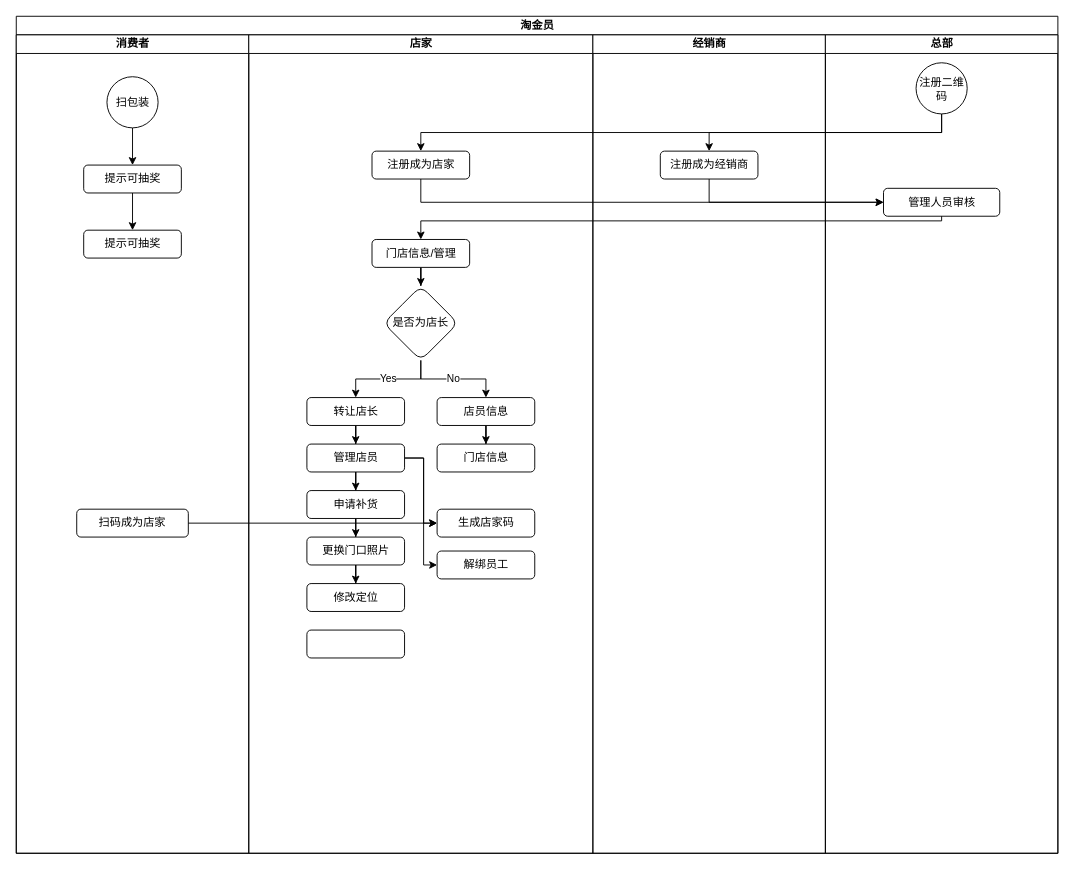
LeoNooob/myblueprint keeps this draw.io diagram as 淘金员身份控制.drawio. Above is the earlier version. Source tidied: cells renumbered, new cells numbered last; positions are measured from the earlier drawing's top-left corner, leaving out a move shared by most shapes. Both pictures are drawn from the tidied source at 93%, with x=0, y=0 at pixel (16, 16).
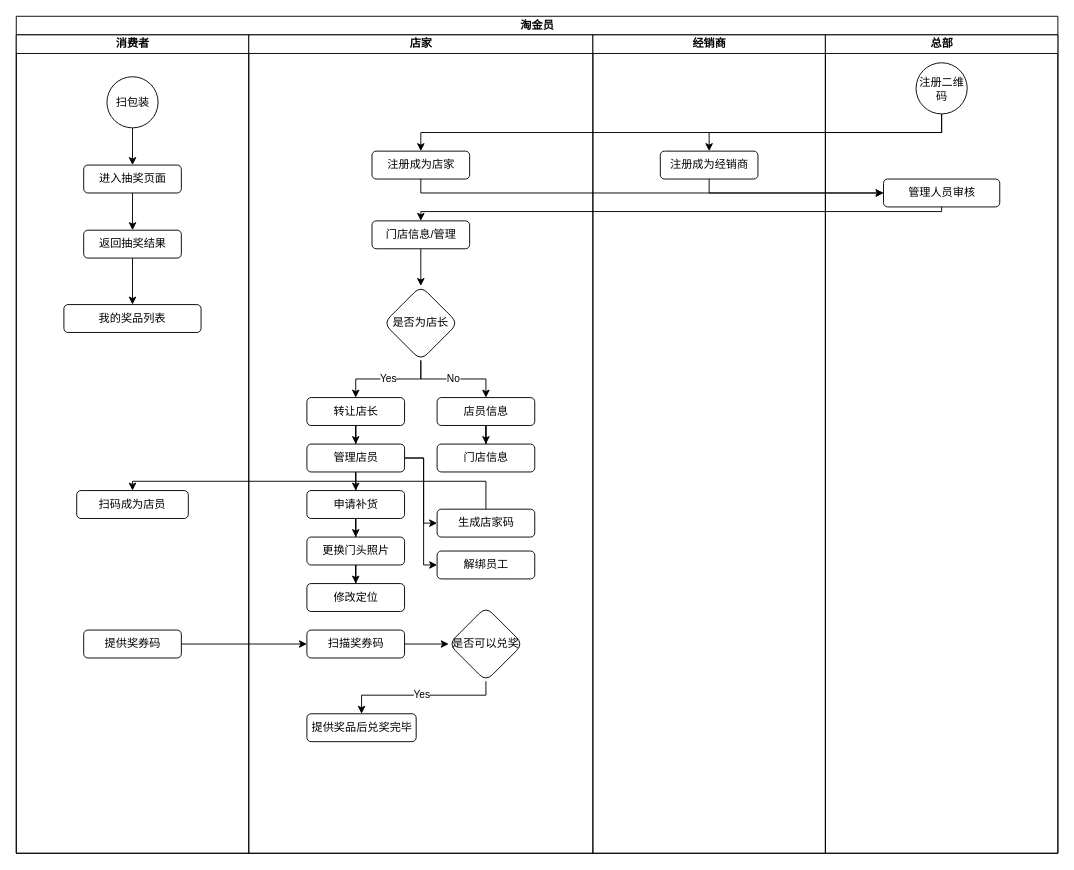
After the change.

Commit message:
更新淘金员身份控制.drawio

Unchanged cells that the change refers to:
```xml
<mxCell id="2" value="淘金员" style="swimlane;startSize=20;html=1;" parent="1" vertex="1">
  <mxGeometry width="1120" height="900" as="geometry" />
</mxCell>
<mxCell id="3" value="消费者" style="swimlane;startSize=20;html=1;" parent="2" vertex="1">
  <mxGeometry y="20" width="250" height="880" as="geometry" />
</mxCell>
<mxCell id="10" value="店家" style="swimlane;startSize=20;html=1;" parent="2" vertex="1">
  <mxGeometry x="250" y="20" width="370" height="880" as="geometry" />
</mxCell>
<mxCell id="11" value="注册成为店家" style="rounded=1;whiteSpace=wrap;html=1;" parent="10" vertex="1">
  <mxGeometry x="132.5" y="125" width="105" height="30" as="geometry" />
</mxCell>
<mxCell id="16" value="是否为店长" style="rhombus;whiteSpace=wrap;html=1;rounded=1;" parent="10" vertex="1">
  <mxGeometry x="145" y="270" width="80" height="80" as="geometry" />
</mxCell>
<mxCell id="31" value="生成店家码" style="whiteSpace=wrap;html=1;rounded=1;" parent="10" vertex="1">
  <mxGeometry x="202.5" y="510" width="105" height="30" as="geometry" />
</mxCell>
<mxCell id="35" value="注册成为经销商" style="rounded=1;whiteSpace=wrap;html=1;" parent="34" vertex="1">
  <mxGeometry x="72.5" y="125" width="105" height="30" as="geometry" />
</mxCell>
<mxCell id="40" value="总部" style="swimlane;startSize=20;html=1;" parent="2" vertex="1">
  <mxGeometry x="870" y="20" width="250" height="880" as="geometry" />
</mxCell>
```

The edit, as a diff of the source:
```diff
@@
-    <mxCell id="7" value="提示可抽奖" style="rounded=1;whiteSpace=wrap;html=1;" parent="3" vertex="1">
+    <mxCell id="7" value="进入抽奖页面" style="rounded=1;whiteSpace=wrap;html=1;" parent="3" vertex="1">
       <mxGeometry x="72.5" y="140" width="105" height="30" as="geometry" />
     </mxCell>
+    <mxCell id="45" style="edgeStyle=orthogonalEdgeStyle;rounded=0;jettySize=auto;html=1;exitX=0.5;exitY=1;exitDx=0;exitDy=0;entryX=0.5;entryY=0;entryDx=0;entryDy=0;" parent="3" edge="1" source="8" target="47">
+      <mxGeometry relative="1" as="geometry" />
+    </mxCell>
-    <mxCell id="8" value="提示可抽奖" style="rounded=1;whiteSpace=wrap;html=1;" parent="3" vertex="1">
+    <mxCell id="8" value="返回抽奖结果" style="rounded=1;whiteSpace=wrap;html=1;" parent="3" vertex="1">
       <mxGeometry x="72.5" y="210" width="105" height="30" as="geometry" />
     </mxCell>
-    <mxCell id="9" value="扫码成为店家" style="rounded=1;whiteSpace=wrap;html=1;" parent="3" vertex="1">
-      <mxGeometry x="65" y="510" width="120" height="30" as="geometry" />
+    <mxCell id="9" value="扫码成为店员" style="rounded=1;whiteSpace=wrap;html=1;" parent="3" vertex="1">
+      <mxGeometry x="65" y="490" width="120" height="30" as="geometry" />
     </mxCell>
+    <mxCell id="46" value="提供奖券码" style="rounded=1;whiteSpace=wrap;html=1;" parent="3" vertex="1">
+      <mxGeometry x="72.5" y="640" width="105" height="30" as="geometry" />
+    </mxCell>
+    <mxCell id="47" value="我的奖品列表" style="rounded=1;whiteSpace=wrap;html=1;" parent="3" vertex="1">
+      <mxGeometry x="51.2" y="290" width="147.5" height="30" as="geometry" />
+    </mxCell>
@@
-    <mxCell id="12" style="edgeStyle=orthogonalEdgeStyle;rounded=0;jettySize=auto;html=1;" parent="10" edge="1" source="13" target="16">
+    <mxCell id="12" style="edgeStyle=orthogonalEdgeStyle;rounded=0;jettySize=auto;html=1;exitX=0.5;exitY=1;exitDx=0;exitDy=0;entryX=0.5;entryY=0;entryDx=0;entryDy=0;" parent="10" edge="1" source="13" target="16">
       <mxGeometry relative="1" as="geometry" />
     </mxCell>
     <mxCell id="13" value="门店信息/管理" style="rounded=1;whiteSpace=wrap;html=1;" parent="10" vertex="1">
-      <mxGeometry x="132.5" y="220" width="105" height="30" as="geometry" />
+      <mxGeometry x="132.5" y="200" width="105" height="30" as="geometry" />
     </mxCell>
@@
-    <mxCell id="26" value="更换门口照片" style="whiteSpace=wrap;html=1;rounded=1;" parent="10" vertex="1">
+    <mxCell id="26" value="更换门头照片" style="whiteSpace=wrap;html=1;rounded=1;" parent="10" vertex="1">
       <mxGeometry x="62.5" y="540" width="105" height="30" as="geometry" />
     </mxCell>
@@
-    <mxCell id="33" style="rounded=1;whiteSpace=wrap;html=1;" parent="10" vertex="1">
-      <mxGeometry x="62.5" y="640" width="105" height="30" as="geometry" />
-    </mxCell>
+    <mxCell id="48" style="edgeStyle=orthogonalEdgeStyle;rounded=0;jettySize=auto;html=1;exitX=1;exitY=0.5;exitDx=0;exitDy=0;entryX=0;entryY=0.5;entryDx=0;entryDy=0;" parent="10" edge="1" source="49" target="51">
+      <mxGeometry relative="1" as="geometry" />
+    </mxCell>
+    <mxCell id="49" value="扫描奖券码" style="rounded=1;whiteSpace=wrap;html=1;" parent="10" vertex="1">
+      <mxGeometry x="62.5" y="640" width="105" height="30" as="geometry" />
+    </mxCell>
+    <mxCell id="50" value="Yes" style="edgeStyle=orthogonalEdgeStyle;rounded=0;jettySize=auto;html=1;exitX=0.5;exitY=1;exitDx=0;exitDy=0;entryX=0.5;entryY=0;entryDx=0;entryDy=0;" parent="10" edge="1" source="51" target="52">
+      <mxGeometry relative="1" as="geometry">
+        <Array as="points">
+          <mxPoint x="255" y="710" />
+          <mxPoint x="121" y="710" />
+        </Array>
+      </mxGeometry>
+    </mxCell>
+    <mxCell id="51" value="是否可以兑奖" style="rhombus;whiteSpace=wrap;html=1;rounded=1;" parent="10" vertex="1">
+      <mxGeometry x="215" y="615" width="80" height="80" as="geometry" />
+    </mxCell>
+    <mxCell id="52" value="提供奖品后兑奖完毕" style="rounded=1;whiteSpace=wrap;html=1;" parent="10" vertex="1">
+      <mxGeometry x="62.5" y="730" width="117.5" height="30" as="geometry" />
+    </mxCell>
@@
     <mxCell id="38" style="edgeStyle=orthogonalEdgeStyle;rounded=0;jettySize=auto;html=1;exitX=0.5;exitY=1;exitDx=0;exitDy=0;entryX=0;entryY=0.5;entryDx=0;entryDy=0;" parent="2" edge="1" source="35" target="42">
-      <mxGeometry relative="1" as="geometry" />
+      <mxGeometry relative="1" as="geometry">
+        <Array as="points">
+          <mxPoint x="745" y="190" />
+          <mxPoint x="933" y="190" />
+        </Array>
+      </mxGeometry>
     </mxCell>
     <mxCell id="39" style="edgeStyle=orthogonalEdgeStyle;rounded=0;jettySize=auto;html=1;exitX=0.5;exitY=1;exitDx=0;exitDy=0;entryX=0;entryY=0.5;entryDx=0;entryDy=0;" parent="2" edge="1" source="11" target="42">
-      <mxGeometry relative="1" as="geometry" />
+      <mxGeometry relative="1" as="geometry">
+        <Array as="points">
+          <mxPoint x="435" y="190" />
+          <mxPoint x="933" y="190" />
+        </Array>
+      </mxGeometry>
     </mxCell>
@@
     <mxCell id="42" value="管理人员审核" style="rounded=1;whiteSpace=wrap;html=1;" parent="40" vertex="1">
-      <mxGeometry x="62.5" y="165" width="125" height="30" as="geometry" />
+      <mxGeometry x="62.5" y="155" width="125" height="30" as="geometry" />
     </mxCell>
     <mxCell id="43" style="edgeStyle=orthogonalEdgeStyle;rounded=0;jettySize=auto;html=1;exitX=0.5;exitY=1;exitDx=0;exitDy=0;entryX=0.5;entryY=0;entryDx=0;entryDy=0;" parent="2" edge="1" source="42" target="13">
       <mxGeometry relative="1" as="geometry">
         <Array as="points">
-          <mxPoint x="995" y="220" />
-          <mxPoint x="435" y="220" />
+          <mxPoint x="995" y="210" />
+          <mxPoint x="435" y="210" />
         </Array>
       </mxGeometry>
     </mxCell>
-    <mxCell id="44" style="edgeStyle=orthogonalEdgeStyle;rounded=0;jettySize=auto;html=1;exitX=1;exitY=0.5;exitDx=0;exitDy=0;entryX=0;entryY=0.5;entryDx=0;entryDy=0;" parent="2" edge="1" source="9" target="31">
-      <mxGeometry relative="1" as="geometry" />
-    </mxCell>
+    <mxCell id="53" style="edgeStyle=orthogonalEdgeStyle;rounded=0;jettySize=auto;html=1;exitX=0.5;exitY=0;exitDx=0;exitDy=0;entryX=0.5;entryY=0;entryDx=0;entryDy=0;" parent="2" edge="1" source="31" target="9">
+      <mxGeometry relative="1" as="geometry">
+        <Array as="points">
+          <mxPoint x="505" y="500" />
+          <mxPoint x="125" y="500" />
+        </Array>
+      </mxGeometry>
+    </mxCell>
+    <mxCell id="54" style="edgeStyle=orthogonalEdgeStyle;rounded=0;jettySize=auto;html=1;exitX=1;exitY=0.5;exitDx=0;exitDy=0;entryX=0;entryY=0.5;entryDx=0;entryDy=0;" parent="2" edge="1" source="46" target="49">
+      <mxGeometry relative="1" as="geometry" />
+    </mxCell>
```
